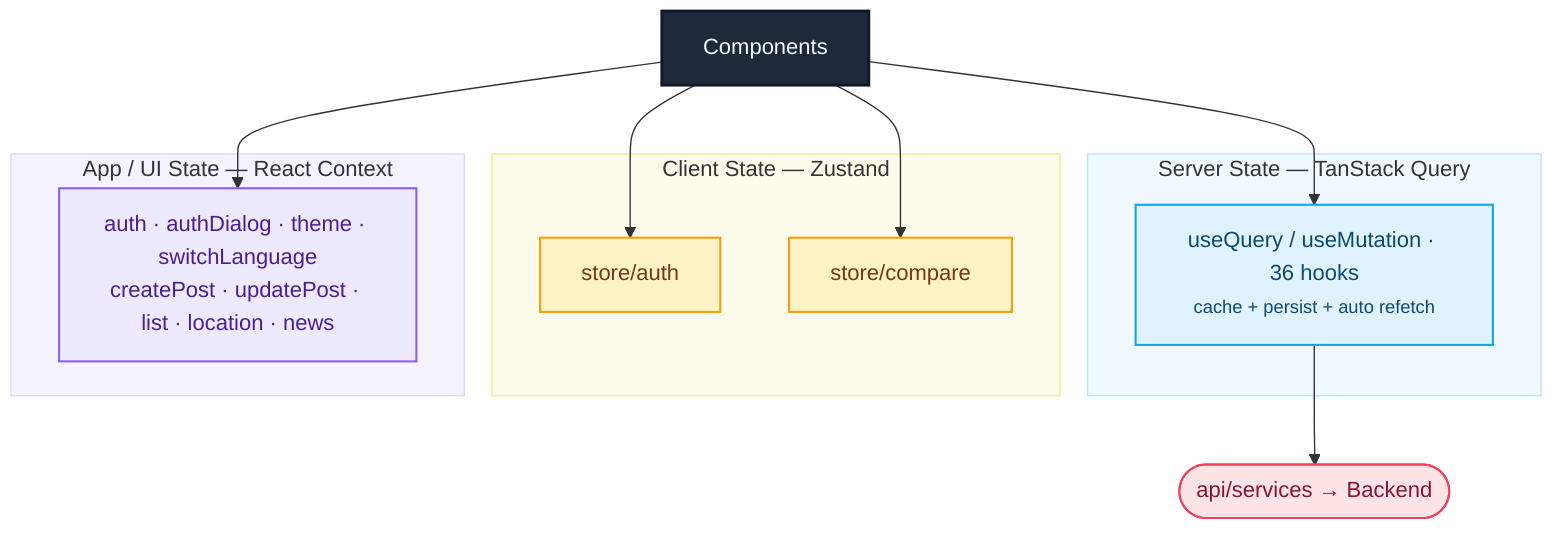
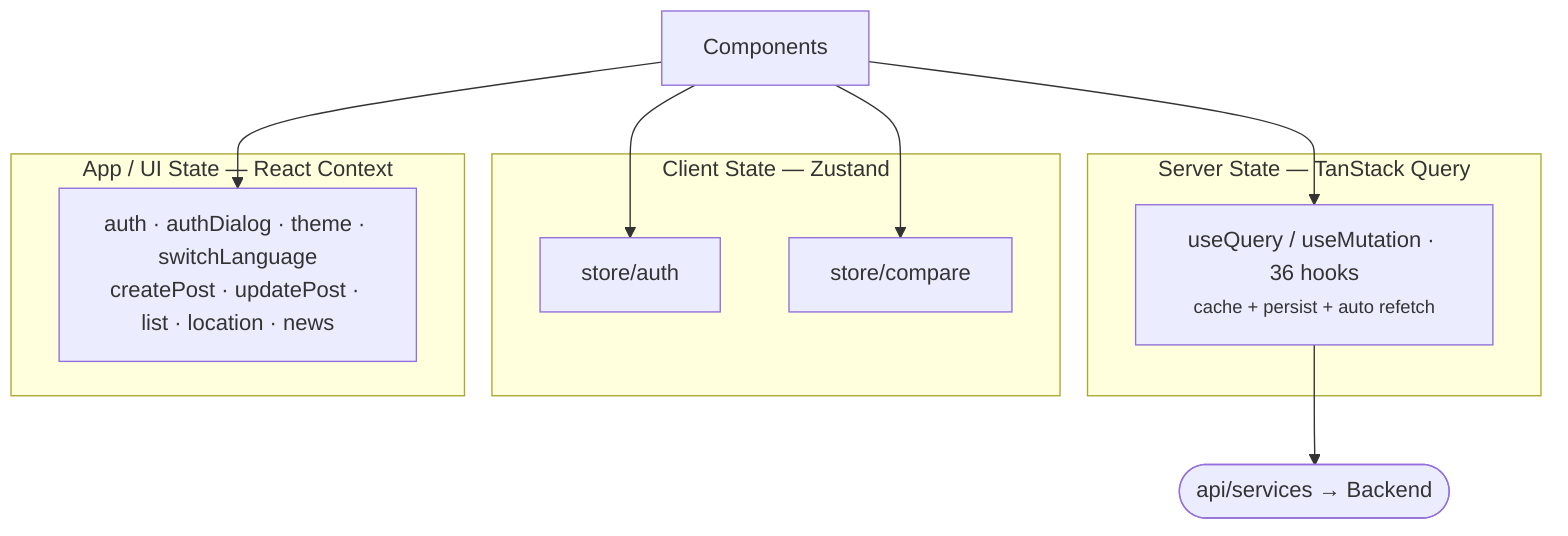
flowchart TB
 Comp["Components"]
 subgraph Server["Server State — TanStack Query"]
 RQ["useQuery / useMutation · 36 hooks<br/><small>cache + persist + auto refetch</small>"]
 end
 subgraph Client["Client State — Zustand"]
 Z1["store/auth"]
 Z2["store/compare"]
 end
 subgraph App["App / UI State — React Context"]
 CX["auth · authDialog · theme · switchLanguage<br/>createPost · updatePost · list · location · news"]
 end
 Comp --> RQ
 Comp --> Z1
 Comp --> Z2
 Comp --> CX
 RQ --> Services(["api/services → Backend"])
- 
-  classDef comp fill:#1e293b,stroke:#0f172a,color:#f8fafc,stroke-width:2px
-  classDef srv fill:#e0f2fe,stroke:#0ea5e9,color:#0c4a6e,stroke-width:1.5px
-  classDef cli fill:#fef3c7,stroke:#f59e0b,color:#78350f,stroke-width:1.5px
-  classDef app fill:#ede9fe,stroke:#8b5cf6,color:#4c1d95,stroke-width:1.5px
-  classDef ext fill:#ffe4e6,stroke:#f43f5e,color:#881337,stroke-width:1.5px
-  class Comp comp
-  class RQ srv
-  class Z1,Z2 cli
-  class CX app
-  class Services ext
-  style Server fill:#f0f9ff,stroke:#bae6fd
-  style Client fill:#fffbeb,stroke:#fde68a
-  style App fill:#f5f3ff,stroke:#ddd6fe
